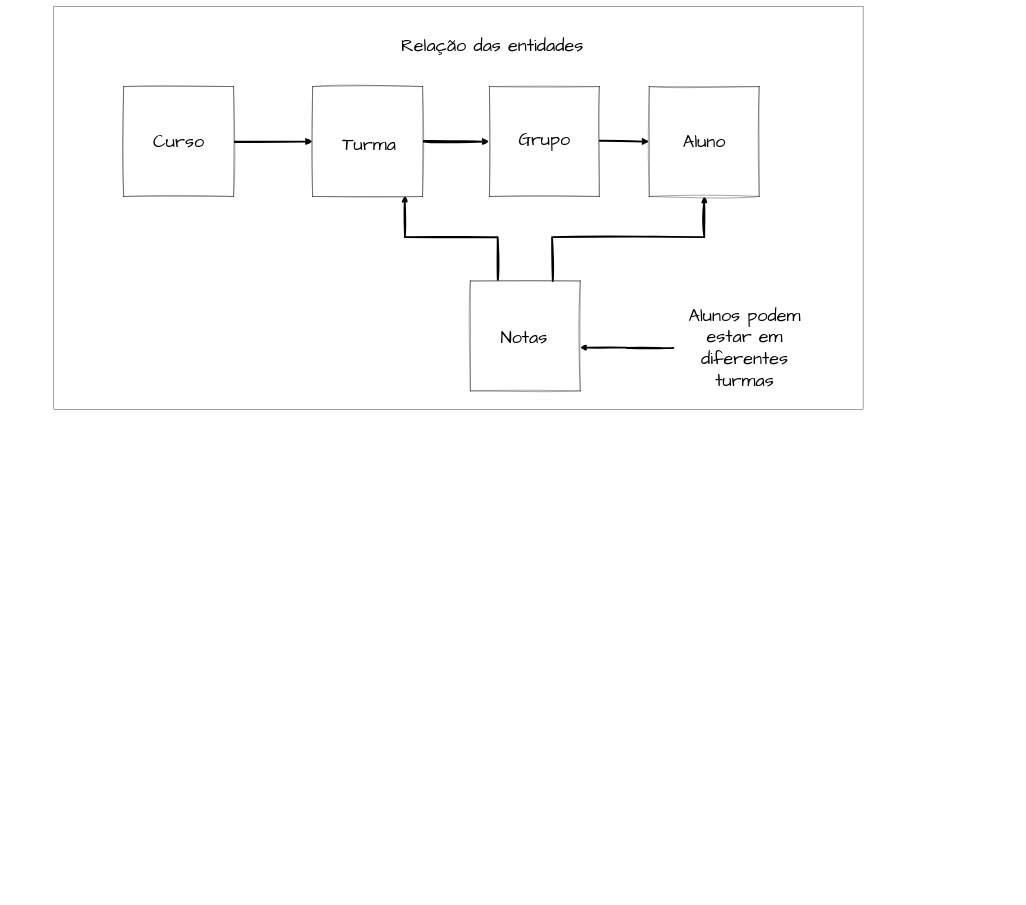
Earlier version of the draw.io diagram page "Relação de entidade" (1 of 4) of TeamBee_API.drawio (MateusMSoares/RepositorioTeste). Source tidied: cells renumbered, new cells numbered last; positions are measured from the earlier drawing's top-left corner, leaving out a move shared by most shapes. Both pictures are drawn from the tidied source at 36%, with x=0, y=0 at pixel (54, 6).
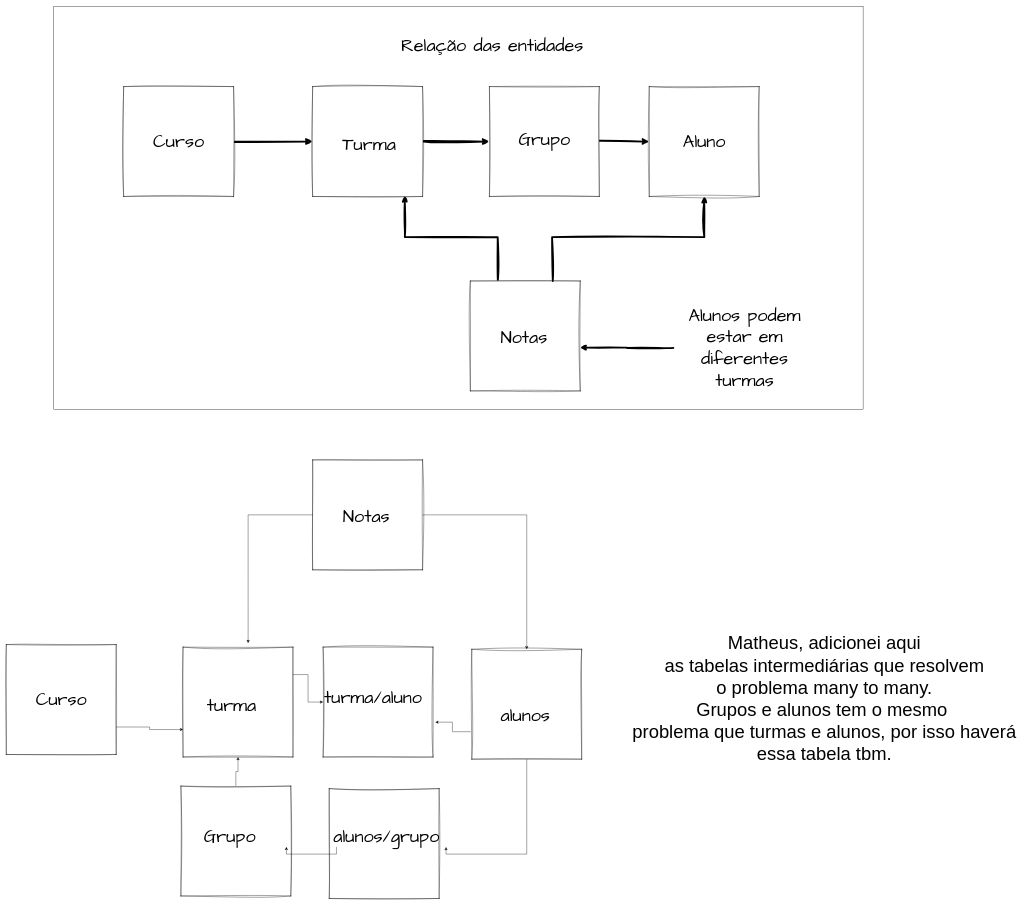
The same page after the edit.

Diff of the diagram source:
```diff
@@
+    <mxCell id="27" style="group;sketch=1;curveFitting=1;jiggle=2;fontFamily=Comic Sans MS;" parent="1" vertex="1">
+      <mxGeometry x="-132" y="1773" width="305.3" height="305.3" as="geometry" />
+    </mxCell>
+    <mxCell id="28" style="whiteSpace=wrap;html=1;fontSize=16;sketch=1;curveFitting=1;jiggle=2;fontFamily=Comic Sans MS;" parent="27" vertex="1">
+      <mxGeometry width="305.3" height="305.3" as="geometry" />
+    </mxCell>
+    <mxCell id="29" value="&lt;font style=&quot;font-size: 50px;&quot;&gt;Curso&lt;/font&gt;" style="text;html=1;strokeColor=none;fillColor=none;align=center;verticalAlign=middle;whiteSpace=wrap;rounded=0;fontSize=40;sketch=1;curveFitting=1;jiggle=2;fontFamily=Comic Sans MS;" parent="27" vertex="1">
+      <mxGeometry x="100.9" y="125.7" width="103.6" height="54" as="geometry" />
+    </mxCell>
+    <mxCell id="30" style="edgeStyle=orthogonalEdgeStyle;rounded=0;jettySize=auto;html=1;exitX=1;exitY=0.25;exitDx=0;exitDy=0;entryX=0;entryY=0.5;entryDx=0;entryDy=0;" parent="1" edge="1" source="31" target="43">
+      <mxGeometry relative="1" as="geometry" />
+    </mxCell>
+    <mxCell id="31" style="whiteSpace=wrap;html=1;fontSize=16;sketch=1;curveFitting=1;jiggle=2;fontFamily=Comic Sans MS;" parent="1" vertex="1">
+      <mxGeometry x="359" y="1780" width="305.3" height="305.3" as="geometry" />
+    </mxCell>
+    <mxCell id="32" style="edgeStyle=orthogonalEdgeStyle;rounded=0;jettySize=auto;html=1;exitX=0.5;exitY=0;exitDx=0;exitDy=0;entryX=0.5;entryY=1;entryDx=0;entryDy=0;" parent="1" edge="1" source="33" target="31">
+      <mxGeometry relative="1" as="geometry" />
+    </mxCell>
+    <mxCell id="33" style="whiteSpace=wrap;html=1;fontSize=16;sketch=1;curveFitting=1;jiggle=2;fontFamily=Comic Sans MS;" parent="1" vertex="1">
+      <mxGeometry x="353" y="2166" width="305.3" height="305.3" as="geometry" />
+    </mxCell>
+    <mxCell id="34" style="edgeStyle=orthogonalEdgeStyle;rounded=0;jettySize=auto;html=1;exitX=0;exitY=0.75;exitDx=0;exitDy=0;entryX=1.021;entryY=0.683;entryDx=0;entryDy=0;entryPerimeter=0;" parent="1" edge="1" source="36" target="43">
+      <mxGeometry relative="1" as="geometry" />
+    </mxCell>
+    <mxCell id="35" style="edgeStyle=orthogonalEdgeStyle;rounded=0;jettySize=auto;html=1;exitX=0.5;exitY=1;exitDx=0;exitDy=0;entryX=0.797;entryY=1.006;entryDx=0;entryDy=0;entryPerimeter=0;" parent="1" edge="1" source="36" target="46">
+      <mxGeometry relative="1" as="geometry" />
+    </mxCell>
+    <mxCell id="36" style="whiteSpace=wrap;html=1;fontSize=16;sketch=1;curveFitting=1;jiggle=2;fontFamily=Comic Sans MS;" parent="1" vertex="1">
+      <mxGeometry x="1161" y="1786" width="305.3" height="305.3" as="geometry" />
+    </mxCell>
+    <mxCell id="37" style="group;sketch=1;curveFitting=1;jiggle=2;fontFamily=Comic Sans MS;" parent="1" vertex="1">
+      <mxGeometry x="719" y="1260" width="305.3" height="305.3" as="geometry" />
+    </mxCell>
+    <mxCell id="38" style="whiteSpace=wrap;html=1;fontSize=16;sketch=1;curveFitting=1;jiggle=2;fontFamily=Comic Sans MS;" parent="37" vertex="1">
+      <mxGeometry width="305.3" height="305.3" as="geometry" />
+    </mxCell>
+    <mxCell id="39" value="&lt;span style=&quot;color: rgb(0, 0, 0); font-style: normal; font-variant-ligatures: normal; font-variant-caps: normal; font-weight: 400; letter-spacing: normal; orphans: 2; text-align: center; text-indent: 0px; text-transform: none; widows: 2; word-spacing: 0px; -webkit-text-stroke-width: 0px; background-color: rgb(255, 255, 255); text-decoration-thickness: initial; text-decoration-style: initial; text-decoration-color: initial; float: none; display: inline !important;&quot;&gt;&lt;font style=&quot;font-size: 50px;&quot;&gt;Notas&lt;/font&gt;&lt;/span&gt;" style="text;whiteSpace=wrap;html=1;fontSize=40;sketch=1;curveFitting=1;jiggle=2;fontFamily=Comic Sans MS;" parent="37" vertex="1">
+      <mxGeometry x="82" y="122" width="103.6" height="54" as="geometry" />
+    </mxCell>
+    <mxCell id="40" value="&lt;font style=&quot;font-size: 50px;&quot;&gt;turma&lt;/font&gt;" style="text;html=1;strokeColor=none;fillColor=none;align=center;verticalAlign=middle;whiteSpace=wrap;rounded=0;fontSize=40;sketch=1;curveFitting=1;jiggle=2;fontFamily=Comic Sans MS;" parent="1" vertex="1">
+      <mxGeometry x="442" y="1915" width="103.6" height="54" as="geometry" />
+    </mxCell>
+    <mxCell id="41" value="&lt;font style=&quot;font-size: 50px;&quot;&gt;Grupo&lt;/font&gt;" style="text;html=1;strokeColor=none;fillColor=none;align=center;verticalAlign=middle;whiteSpace=wrap;rounded=0;fontSize=40;sketch=1;curveFitting=1;jiggle=2;fontFamily=Comic Sans MS;" parent="1" vertex="1">
+      <mxGeometry x="437" y="2281" width="103.6" height="54" as="geometry" />
+    </mxCell>
+    <mxCell id="42" value="&lt;font style=&quot;font-size: 50px;&quot;&gt;alunos&lt;/font&gt;" style="text;html=1;strokeColor=none;fillColor=none;align=center;verticalAlign=middle;whiteSpace=wrap;rounded=0;fontSize=40;sketch=1;curveFitting=1;jiggle=2;fontFamily=Comic Sans MS;" parent="1" vertex="1">
+      <mxGeometry x="1257.9" y="1944" width="103.6" height="54" as="geometry" />
+    </mxCell>
+    <mxCell id="43" style="whiteSpace=wrap;html=1;fontSize=16;sketch=1;curveFitting=1;jiggle=2;fontFamily=Comic Sans MS;" parent="1" vertex="1">
+      <mxGeometry x="748" y="1780" width="305.3" height="305.3" as="geometry" />
+    </mxCell>
+    <mxCell id="44" value="&lt;font style=&quot;font-size: 50px;&quot;&gt;turma/aluno&lt;/font&gt;" style="text;html=1;strokeColor=none;fillColor=none;align=center;verticalAlign=middle;whiteSpace=wrap;rounded=0;fontSize=40;sketch=1;curveFitting=1;jiggle=2;fontFamily=Comic Sans MS;" parent="1" vertex="1">
+      <mxGeometry x="835" y="1894" width="103.6" height="54" as="geometry" />
+    </mxCell>
+    <mxCell id="45" style="whiteSpace=wrap;html=1;fontSize=16;sketch=1;curveFitting=1;jiggle=2;fontFamily=Comic Sans MS;" parent="1" vertex="1">
+      <mxGeometry x="765" y="2173" width="305.3" height="305.3" as="geometry" />
+    </mxCell>
+    <mxCell id="46" value="&lt;font style=&quot;font-size: 50px;&quot;&gt;alunos/grupo&lt;/font&gt;" style="text;html=1;strokeColor=none;fillColor=none;align=center;verticalAlign=middle;whiteSpace=wrap;rounded=0;fontSize=40;sketch=1;curveFitting=1;jiggle=2;fontFamily=Comic Sans MS;" parent="1" vertex="1">
+      <mxGeometry x="646" y="2281" width="556.4" height="54" as="geometry" />
+    </mxCell>
+    <mxCell id="47" style="edgeStyle=orthogonalEdgeStyle;rounded=0;jettySize=auto;html=1;exitX=1;exitY=0.75;exitDx=0;exitDy=0;entryX=0;entryY=0.75;entryDx=0;entryDy=0;" parent="1" edge="1" source="28" target="31">
+      <mxGeometry relative="1" as="geometry" />
+    </mxCell>
+    <mxCell id="48" style="edgeStyle=orthogonalEdgeStyle;rounded=0;jettySize=auto;html=1;exitX=0;exitY=0.5;exitDx=0;exitDy=0;entryX=0.592;entryY=-0.037;entryDx=0;entryDy=0;entryPerimeter=0;" parent="1" edge="1" source="38" target="31">
+      <mxGeometry relative="1" as="geometry" />
+    </mxCell>
+    <mxCell id="49" style="edgeStyle=orthogonalEdgeStyle;rounded=0;jettySize=auto;html=1;exitX=1;exitY=0.5;exitDx=0;exitDy=0;entryX=0.5;entryY=0;entryDx=0;entryDy=0;" parent="1" edge="1" source="38" target="36">
+      <mxGeometry relative="1" as="geometry" />
+    </mxCell>
+    <mxCell id="50" style="edgeStyle=orthogonalEdgeStyle;rounded=0;orthogonalLoop=1;jettySize=auto;html=1;exitX=0.25;exitY=1;exitDx=0;exitDy=0;entryX=0;entryY=1;entryDx=0;entryDy=0;" parent="1" edge="1" source="46" target="46">
+      <mxGeometry relative="1" as="geometry" />
+    </mxCell>
+    <mxCell id="51" value="&lt;font style=&quot;font-size: 51px;&quot;&gt;Matheus, adicionei aqui&lt;br&gt;as tabelas intermediárias que resolvem&lt;br&gt;o problema many to many.&lt;br&gt;Grupos e alunos tem o mesmo&amp;nbsp;&lt;br&gt;problema que turmas e alunos, por isso haverá&lt;br&gt;essa tabela tbm.&lt;br&gt;&lt;br&gt;&lt;/font&gt;" style="text;html=1;align=center;verticalAlign=middle;strokeColor=none;fillColor=none;" parent="1" vertex="1">
+      <mxGeometry x="1598" y="1733" width="1084" height="440" as="geometry" />
+    </mxCell>
```
